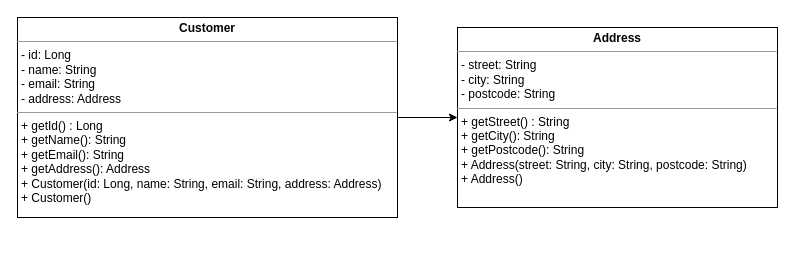
Earlier version of the draw.io diagram products-api/docs/uml/CustomerAddress.drawio (jamesiit/oop-james). Source tidied: cells renumbered, new cells numbered last; positions are measured from the earlier drawing's top-left corner, leaving out a move shared by most shapes. Both pictures are drawn from the tidied source at 100%, with x=0, y=0 at pixel (17, 17).
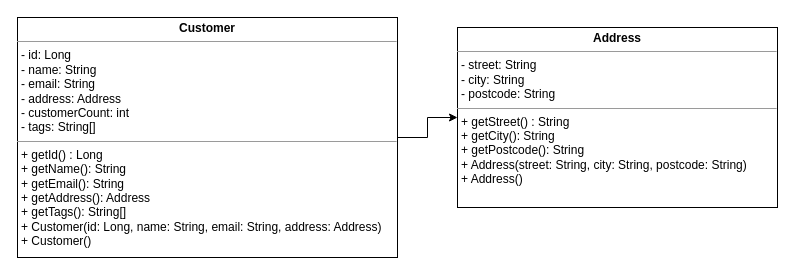
The same diagram, later.

Commit message (it also covers changes not shown here):
add tags and update UML diagram

The edit, as a diff of the source:
```diff
@@
 <mxGraphModel>
   <root>
     <mxCell id="0" />
     <mxCell id="1" parent="0" />
     <mxCell id="2" style="edgeStyle=orthogonalEdgeStyle;rounded=0;jettySize=auto;html=1;" parent="1" edge="1" source="3" target="4">
       <mxGeometry relative="1" as="geometry" />
     </mxCell>
-    <mxCell id="3" value="&lt;p style=&quot;margin:0px;margin-top:4px;text-align:center;&quot;&gt;&lt;b style=&quot;&quot;&gt;Customer&lt;/b&gt;&lt;/p&gt;&lt;hr size=&quot;1&quot;&gt;&lt;p style=&quot;margin:0px;margin-left:4px;&quot;&gt;- id: Long&lt;br&gt;- name: String&lt;/p&gt;&lt;p style=&quot;margin:0px;margin-left:4px;&quot;&gt;- email: String&lt;br&gt;- address: Address&lt;/p&gt;&lt;hr size=&quot;1&quot;&gt;&lt;p style=&quot;margin:0px;margin-left:4px;&quot;&gt;+ getId() : Long&lt;br&gt;+ getName(): String&lt;br&gt;+ getEmail(): String&lt;/p&gt;&lt;p style=&quot;margin:0px;margin-left:4px;&quot;&gt;+ getAddress(): Address&lt;br&gt;+ Customer(id: Long, name: String, email: String, address: Address)&lt;br&gt;+ Customer()&lt;/p&gt;" style="verticalAlign=top;align=left;overflow=fill;fontSize=12;fontFamily=Helvetica;html=1;rounded=0;shadow=0;comic=0;labelBackgroundColor=none;strokeWidth=1;" parent="1" vertex="1">
-      <mxGeometry width="380" height="200" as="geometry" />
+    <mxCell id="3" value="&lt;p style=&quot;margin:0px;margin-top:4px;text-align:center;&quot;&gt;&lt;b style=&quot;&quot;&gt;Customer&lt;/b&gt;&lt;/p&gt;&lt;hr size=&quot;1&quot;&gt;&lt;p style=&quot;margin:0px;margin-left:4px;&quot;&gt;- id: Long&lt;br&gt;- name: String&lt;/p&gt;&lt;p style=&quot;margin:0px;margin-left:4px;&quot;&gt;- email: String&lt;br&gt;- address: Address&lt;/p&gt;&lt;p style=&quot;margin:0px;margin-left:4px;&quot;&gt;- customerCount: int&lt;br&gt;- tags: String[]&lt;/p&gt;&lt;hr size=&quot;1&quot;&gt;&lt;p style=&quot;margin:0px;margin-left:4px;&quot;&gt;+ getId() : Long&lt;br&gt;+ getName(): String&lt;br&gt;+ getEmail(): String&lt;/p&gt;&lt;p style=&quot;margin:0px;margin-left:4px;&quot;&gt;+ getAddress(): Address&lt;/p&gt;&lt;p style=&quot;margin:0px;margin-left:4px;&quot;&gt;+ getTags(): String[]&lt;br&gt;+ Customer(id: Long, name: String, email: String, address: Address)&lt;br&gt;+ Customer()&lt;/p&gt;" style="verticalAlign=top;align=left;overflow=fill;fontSize=12;fontFamily=Helvetica;html=1;rounded=0;shadow=0;comic=0;labelBackgroundColor=none;strokeWidth=1;" parent="1" vertex="1">
+      <mxGeometry width="380" height="240" as="geometry" />
     </mxCell>
     <mxCell id="4" value="&lt;p style=&quot;margin:0px;margin-top:4px;text-align:center;&quot;&gt;&lt;b style=&quot;&quot;&gt;Address&lt;/b&gt;&lt;/p&gt;&lt;hr size=&quot;1&quot;&gt;&lt;p style=&quot;margin:0px;margin-left:4px;&quot;&gt;- street: String&lt;br&gt;- city: String&lt;/p&gt;&lt;p style=&quot;margin:0px;margin-left:4px;&quot;&gt;- postcode: String&lt;/p&gt;&lt;hr size=&quot;1&quot;&gt;&lt;p style=&quot;margin:0px;margin-left:4px;&quot;&gt;+ getStreet() : String&lt;br&gt;+ getCity(): String&lt;br&gt;+ getPostcode(): String&lt;br&gt;+ Address(street: String, city: String, postcode: String)&lt;br&gt;+ Address()&lt;/p&gt;" style="verticalAlign=top;align=left;overflow=fill;fontSize=12;fontFamily=Helvetica;html=1;rounded=0;shadow=0;comic=0;labelBackgroundColor=none;strokeWidth=1;" parent="1" vertex="1">
       <mxGeometry x="440" y="10" width="320" height="180" as="geometry" />
     </mxCell>
   </root>
 </mxGraphModel>
```
